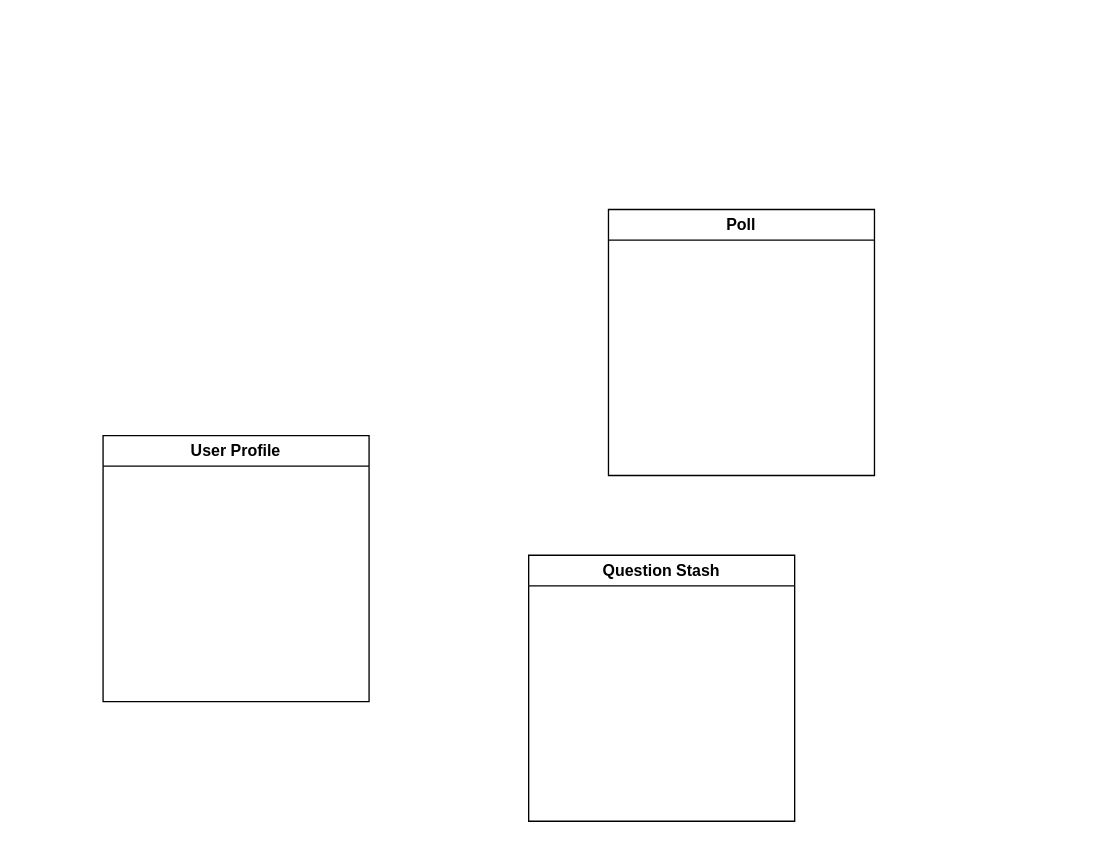
This is question-datamodel.drawio from ElementalTech04/Drawio-Backup, a draw.io file, before an edit. Source tidied: cells renumbered, new cells numbered last; positions are measured from the earlier drawing's top-left corner, leaving out a move shared by most shapes. Both pictures are drawn from the tidied source at 133%, with x=0, y=0 at pixel (102, 209).
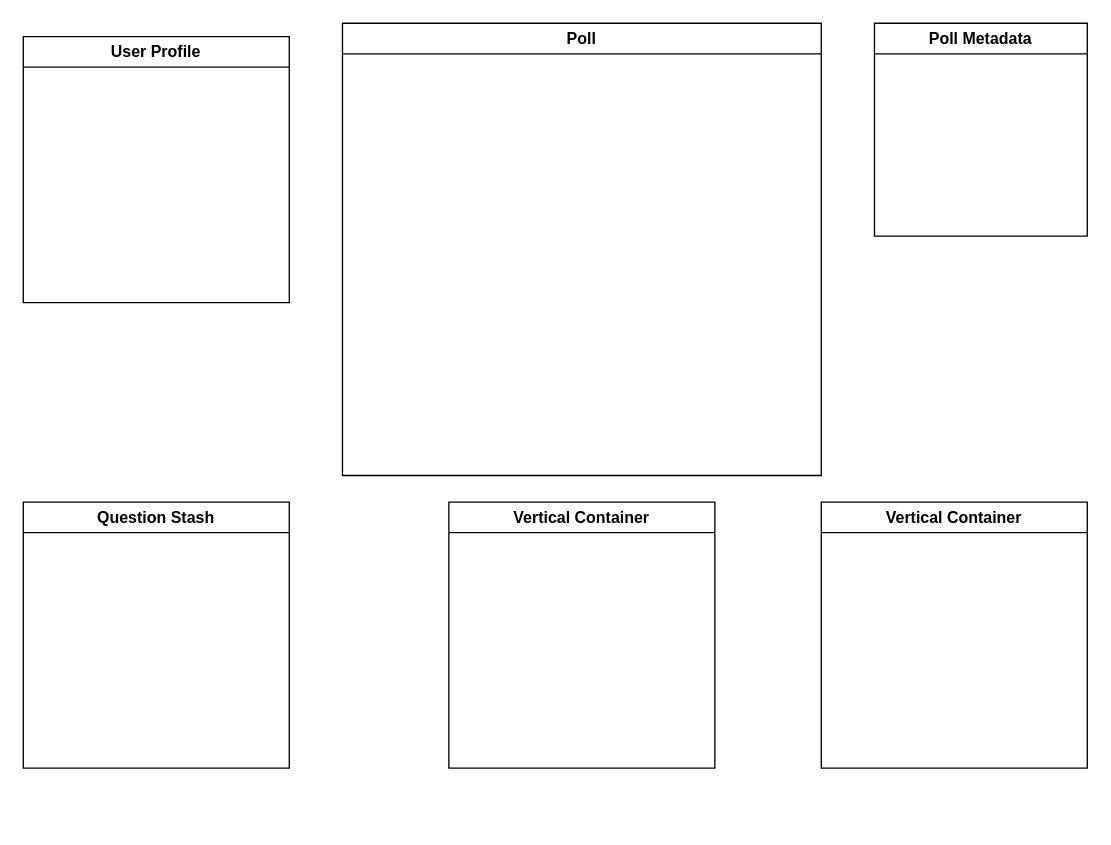
The same page after the edit.

What changed in the source:
```diff
@@
 <mxGraphModel>
   <root>
     <mxCell id="0" />
     <mxCell id="1" parent="0" />
     <mxCell id="2" value="User Profile" style="swimlane;whiteSpace=wrap;html=1;" parent="1" vertex="1">
-      <mxGeometry y="170" width="200" height="200" as="geometry" />
+      <mxGeometry x="-60" y="-130" width="200" height="200" as="geometry" />
     </mxCell>
     <mxCell id="3" value="Poll" style="swimlane;whiteSpace=wrap;html=1;" parent="1" vertex="1">
-      <mxGeometry x="380" width="200" height="200" as="geometry" />
+      <mxGeometry x="180" y="-140" width="360" height="340" as="geometry" />
     </mxCell>
     <mxCell id="4" value="Question Stash" style="swimlane;whiteSpace=wrap;html=1;" parent="1" vertex="1">
-      <mxGeometry x="320" y="260" width="200" height="200" as="geometry" />
+      <mxGeometry x="-60" y="220" width="200" height="200" as="geometry" />
     </mxCell>
+    <mxCell id="5" value="Vertical Container" style="swimlane;whiteSpace=wrap;html=1;" parent="1" vertex="1">
+      <mxGeometry x="260" y="220" width="200" height="200" as="geometry" />
+    </mxCell>
+    <mxCell id="6" value="Vertical Container" style="swimlane;whiteSpace=wrap;html=1;" parent="1" vertex="1">
+      <mxGeometry x="540" y="220" width="200" height="200" as="geometry" />
+    </mxCell>
+    <mxCell id="7" value="Poll Metadata" style="swimlane;whiteSpace=wrap;html=1;" parent="1" vertex="1">
+      <mxGeometry x="580" y="-140" width="160" height="160" as="geometry" />
+    </mxCell>
   </root>
 </mxGraphModel>
```
